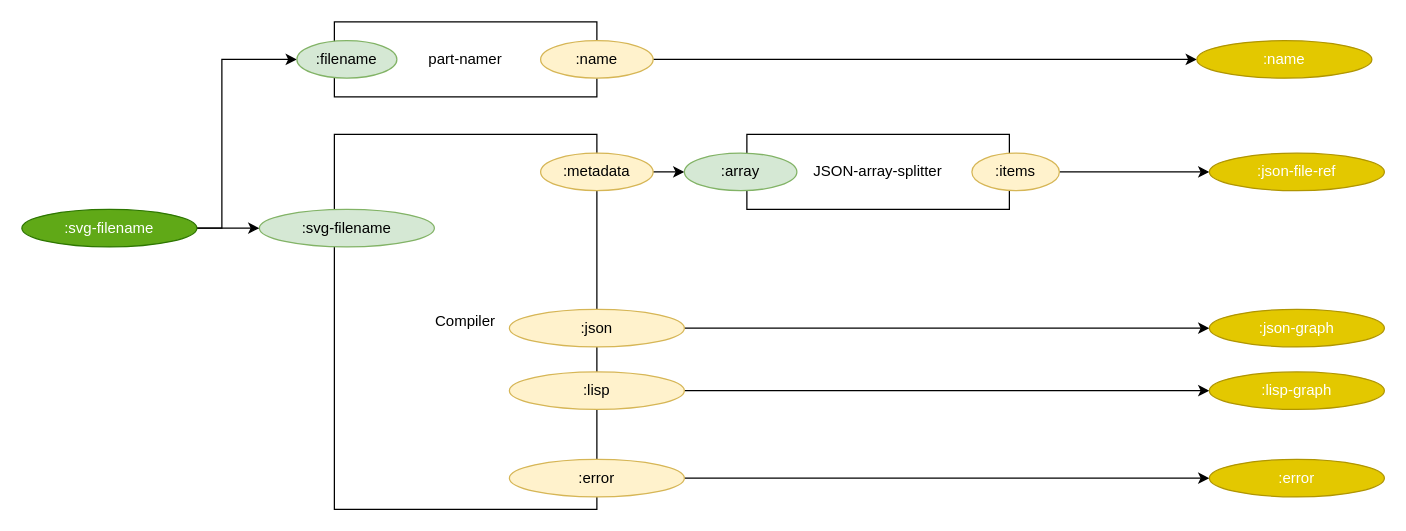
bmfbp/bmfbp keeps this draw.io diagram as page "compile-single-diagram" (3 of 4) of build_process/cl-build/build.drawio. Above is the earlier version. Source tidied: cells renumbered, new cells numbered last; positions are measured from the earlier drawing's top-left corner, leaving out a move shared by most shapes. Both pictures are drawn from the tidied source at 125%, with x=0, y=0 at pixel (21, 21).
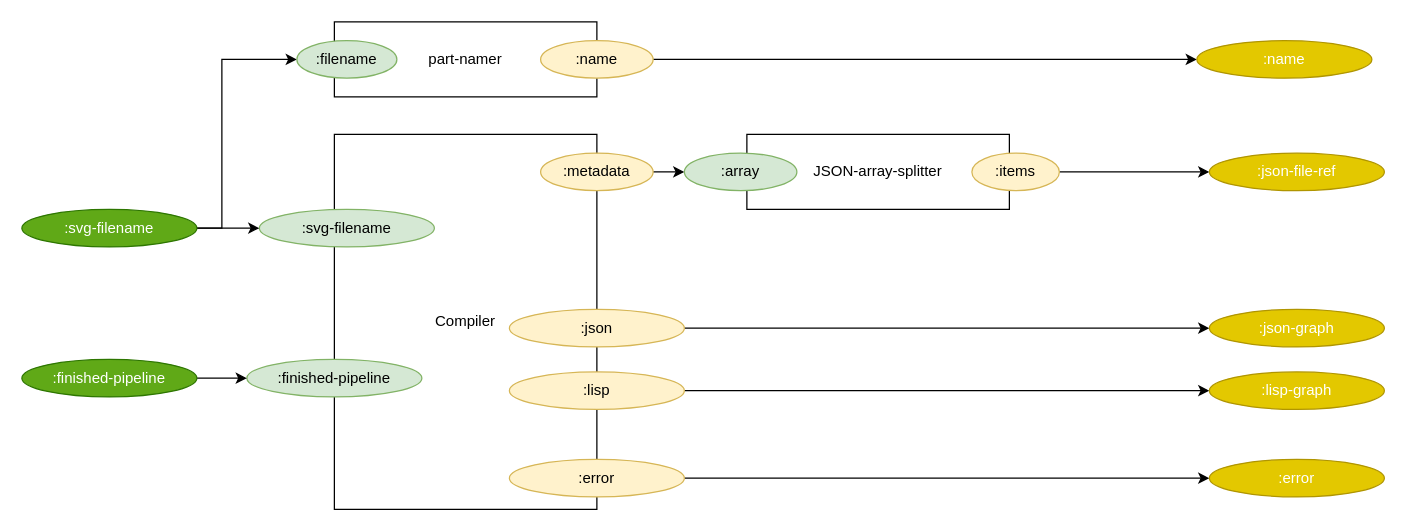
Above is the later version.

Commit message (it also covers changes not shown here):
update: need to send something to :finished-pipeline

What changed in the source:
```diff
@@
+    <mxCell id="28" value=":finished-pipeline" style="ellipse;whiteSpace=wrap;html=1;fillColor=#d5e8d4;strokeColor=#82b366;" parent="1" vertex="1">
+      <mxGeometry x="180" y="270" width="140" height="30" as="geometry" />
+    </mxCell>
+    <mxCell id="29" style="edgeStyle=orthogonalEdgeStyle;rounded=0;jettySize=auto;html=1;exitX=1;exitY=0.5;exitDx=0;exitDy=0;" parent="1" edge="1" source="30" target="28">
+      <mxGeometry relative="1" as="geometry" />
+    </mxCell>
+    <mxCell id="30" value=":finished-pipeline" style="ellipse;whiteSpace=wrap;html=1;fillColor=#60a917;strokeColor=#2D7600;fontColor=#ffffff;" parent="1" vertex="1">
+      <mxGeometry y="270" width="140" height="30" as="geometry" />
+    </mxCell>
```
